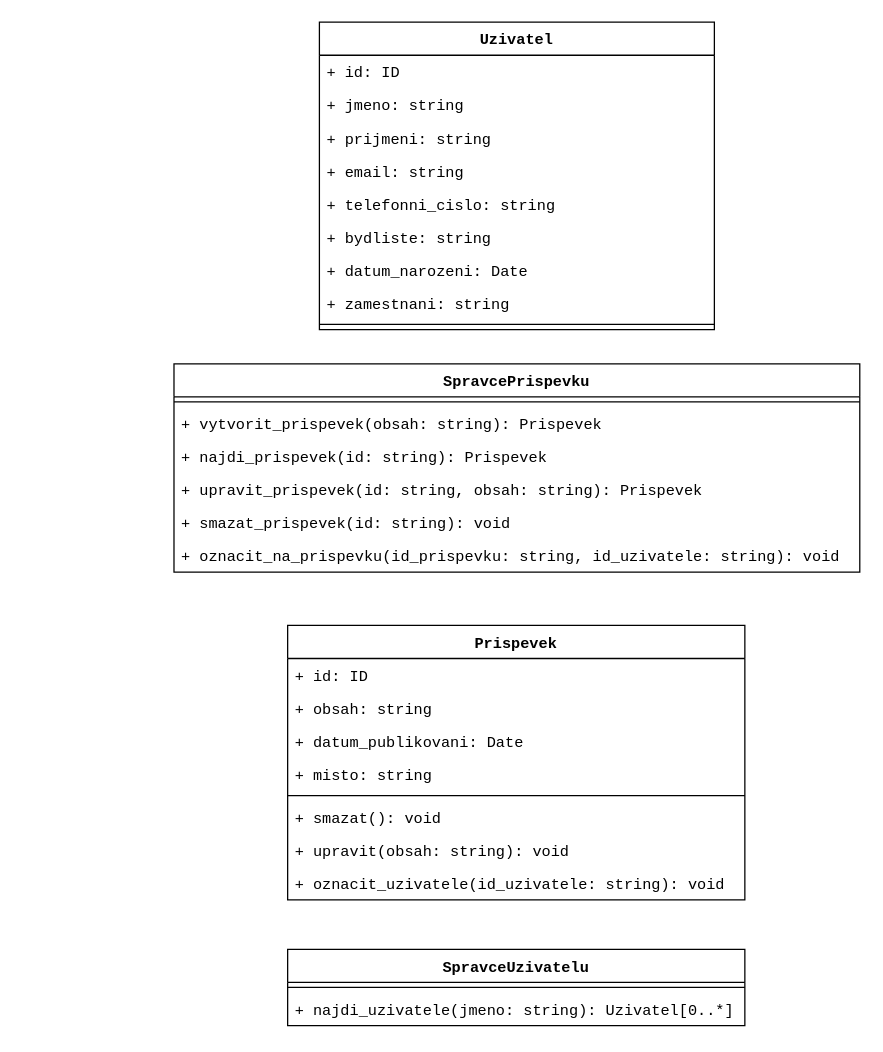
Above: new_tridy.drawio in JakubBlaha/projekt-IUS (draw.io), before the change. Source tidied: cells renumbered, new cells numbered last; positions are measured from the earlier drawing's top-left corner, leaving out a move shared by most shapes. Both pictures are drawn from the tidied source at 127%, with x=0, y=0 at pixel (174, 22).
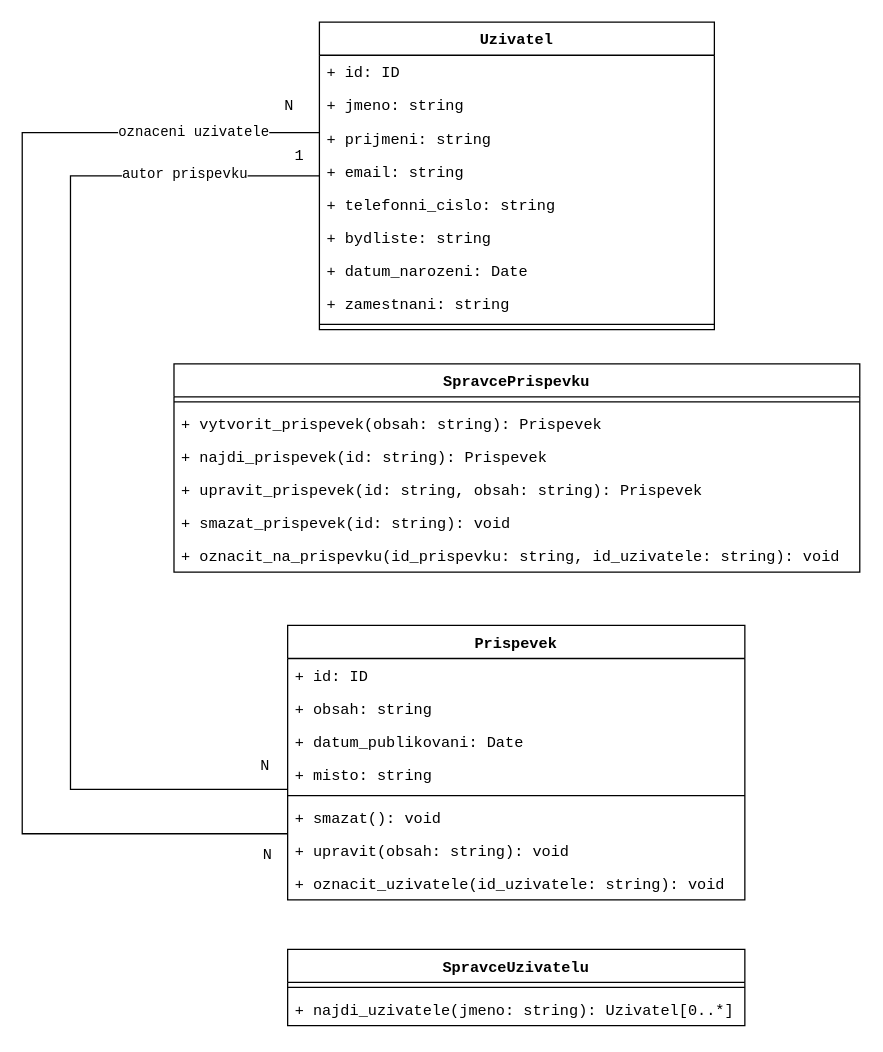
The same diagram, later.

The change refers to these unchanged cells:
```xml
<mxCell id="2" value="Prispevek" style="swimlane;fontStyle=1;align=center;verticalAlign=top;horizontal=1;startSize=26;fontFamily=Courier New;" parent="1" vertex="1">
  <mxGeometry x="89" y="475" width="360" height="216" as="geometry" />
</mxCell>
<mxCell id="11" value="Uzivatel" style="swimlane;fontStyle=1;align=center;verticalAlign=top;horizontal=1;startSize=26;fontFamily=Courier New;" parent="1" vertex="1">
  <mxGeometry x="114" width="311" height="242" as="geometry" />
</mxCell>
```

Change to the diagram source:
```diff
@@
+    <mxCell id="31" value="autor prispevku" style="edgeStyle=orthogonalEdgeStyle;rounded=0;jettySize=auto;html=1;fontFamily=Courier New;endArrow=none;endFill=0;" parent="1" edge="1" source="11" target="2">
+      <mxGeometry x="-0.75" y="-1" relative="1" as="geometry">
+        <Array as="points">
+          <mxPoint x="-82" y="121" />
+          <mxPoint x="-82" y="604" />
+        </Array>
+      </mxGeometry>
+    </mxCell>
+    <mxCell id="32" value="oznaceni uzivatele" style="edgeStyle=orthogonalEdgeStyle;rounded=0;jettySize=auto;html=1;fontFamily=Courier New;endArrow=none;endFill=0;" parent="1" edge="1" source="11" target="2">
+      <mxGeometry x="-0.8" relative="1" as="geometry">
+        <Array as="points">
+          <mxPoint x="-120" y="87" />
+          <mxPoint x="-120" y="639" />
+        </Array>
+      </mxGeometry>
+    </mxCell>
@@
+    <mxCell id="33" value="1" style="text;html=1;align=center;verticalAlign=middle;strokeColor=none;fillColor=none;fontFamily=Courier New;" parent="1" vertex="1">
+      <mxGeometry x="85" y="93" width="25" height="26" as="geometry" />
+    </mxCell>
+    <mxCell id="34" value="N" style="text;html=1;align=center;verticalAlign=middle;strokeColor=none;fillColor=none;fontFamily=Courier New;" parent="1" vertex="1">
+      <mxGeometry x="58" y="573" width="25" height="26" as="geometry" />
+    </mxCell>
+    <mxCell id="35" value="N" style="text;html=1;align=center;verticalAlign=middle;strokeColor=none;fillColor=none;fontFamily=Courier New;" parent="1" vertex="1">
+      <mxGeometry x="77" y="54" width="25" height="26" as="geometry" />
+    </mxCell>
+    <mxCell id="36" value="N" style="text;html=1;align=center;verticalAlign=middle;strokeColor=none;fillColor=none;fontFamily=Courier New;" parent="1" vertex="1">
+      <mxGeometry x="60" y="643" width="25" height="26" as="geometry" />
+    </mxCell>
```
